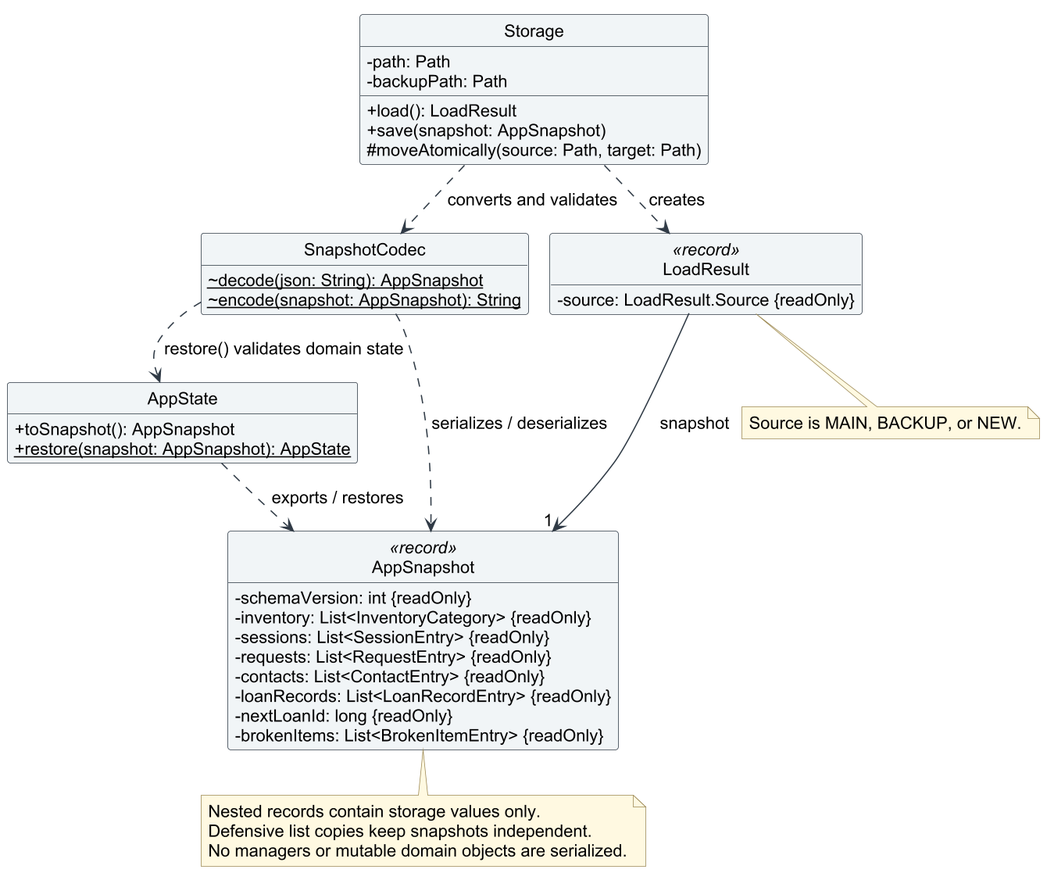
Above: docs/images/storage-class.png in AY2627S1-CS2113-T11-3/tp (PlantUML), before the change.
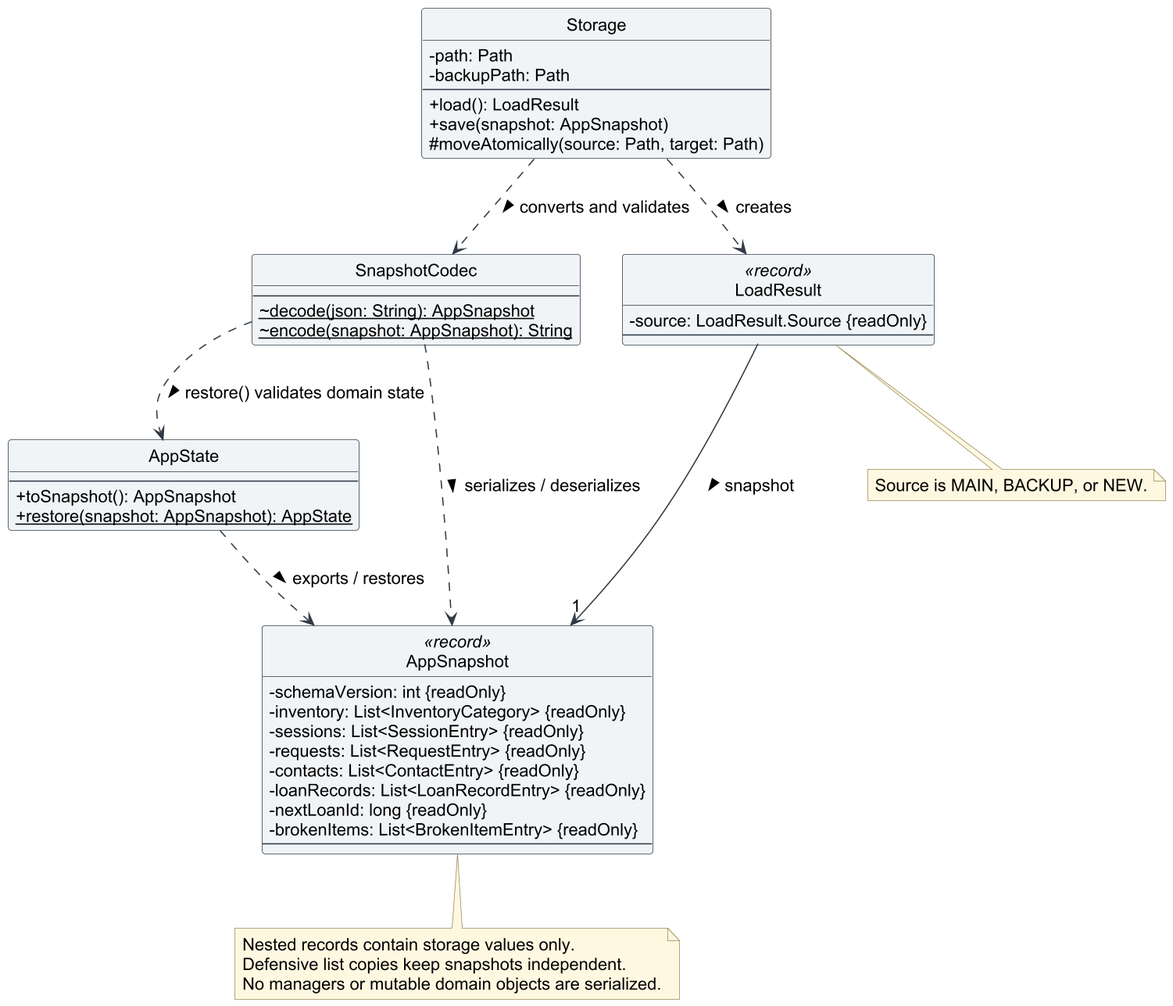
After the commit.

The edit, as a diff of the source:
```diff
@@ -1,45 +1,48 @@
 @startuml
-!pragma layout smetana
 !include loan-style.puml
 hide circle
-hide empty members
 top to bottom direction
 
 class Storage {
-    -path: Path
-    -backupPath: Path
-    +load(): LoadResult
-    +save(snapshot: AppSnapshot)
-    #moveAtomically(source: Path, target: Path)
+    {field} -path: Path
+    {field} -backupPath: Path
+    --
+    {field} +load(): LoadResult
+    {field} +save(snapshot: AppSnapshot)
+    {field} #moveAtomically(source: Path, target: Path)
 }
 class SnapshotCodec {
-    {static} ~decode(json: String): AppSnapshot
-    {static} ~encode(snapshot: AppSnapshot): String
+    --
+    {field} {static} ~decode(json: String): AppSnapshot
+    {field} {static} ~encode(snapshot: AppSnapshot): String
 }
 class AppState {
-    +toSnapshot(): AppSnapshot
-    {static} +restore(snapshot: AppSnapshot): AppState
+    --
+    {field} +toSnapshot(): AppSnapshot
+    {field} {static} +restore(snapshot: AppSnapshot): AppState
 }
 class AppSnapshot <<record>> {
-    -schemaVersion: int {readOnly}
-    -inventory: List<InventoryCategory> {readOnly}
-    -sessions: List<SessionEntry> {readOnly}
-    -requests: List<RequestEntry> {readOnly}
-    -contacts: List<ContactEntry> {readOnly}
-    -loanRecords: List<LoanRecordEntry> {readOnly}
-    -nextLoanId: long {readOnly}
-    -brokenItems: List<BrokenItemEntry> {readOnly}
+    {field} -schemaVersion: int {readOnly}
+    {field} -inventory: List<InventoryCategory> {readOnly}
+    {field} -sessions: List<SessionEntry> {readOnly}
+    {field} -requests: List<RequestEntry> {readOnly}
+    {field} -contacts: List<ContactEntry> {readOnly}
+    {field} -loanRecords: List<LoanRecordEntry> {readOnly}
+    {field} -nextLoanId: long {readOnly}
+    {field} -brokenItems: List<BrokenItemEntry> {readOnly}
+    --
 }
 class LoadResult <<record>> {
-    -source: LoadResult.Source {readOnly}
+    {field} -source: LoadResult.Source {readOnly}
+    --
 }
 
-Storage ..> SnapshotCodec : converts and validates
-Storage ..> LoadResult : creates
-LoadResult --> "1" AppSnapshot : snapshot
-SnapshotCodec ..> AppSnapshot : serializes / deserializes
-SnapshotCodec ..> AppState : restore() validates domain state
-AppState ..> AppSnapshot : exports / restores
+Storage ..> SnapshotCodec : converts and validates >
+Storage ..> LoadResult : creates >
+LoadResult --> "1" AppSnapshot : snapshot >
+SnapshotCodec ..> AppSnapshot : serializes / deserializes >
+SnapshotCodec ..> AppState : restore() validates domain state >
+AppState ..> AppSnapshot : exports / restores >
 
 note bottom of AppSnapshot
   Nested records contain storage values only.
```
